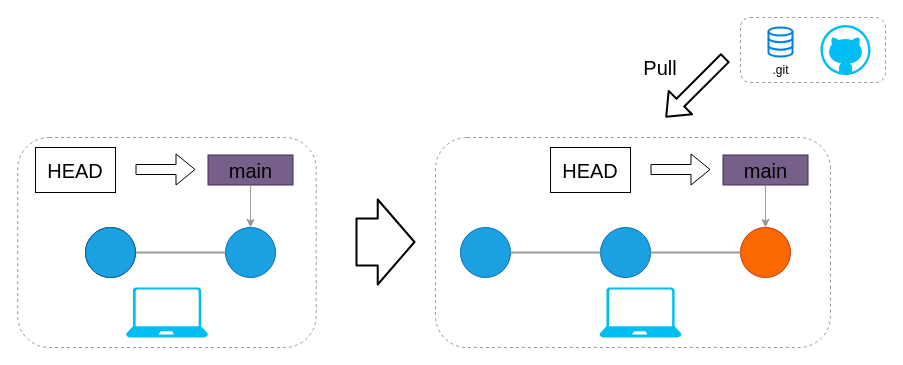
The draw.io diagram public/drawio/wf_pull.drawio in kazuyanagimoto/github-workshop2022, before the edit. Source tidied: cells renumbered, new cells numbered last; positions are measured from the earlier drawing's top-left corner, leaving out a move shared by most shapes. Both pictures are drawn from the tidied source at 100%, with x=0, y=0 at pixel (17, 17).
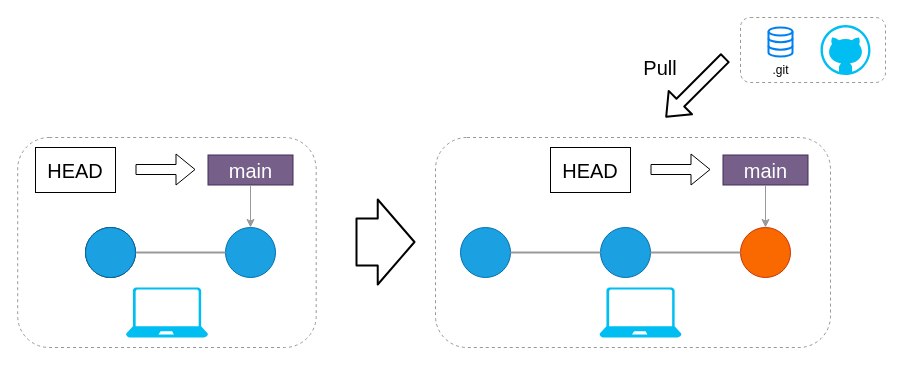
Above is the later version.

Change to the diagram source:
```diff
@@
-    <mxCell id="12" value="main" style="rounded=1;whiteSpace=wrap;html=1;fillColor=#76608a;strokeColor=#432D57;fontColor=#000000;fontSize=20;arcSize=0;" parent="1" vertex="1">
+    <mxCell id="12" value="main" style="rounded=1;whiteSpace=wrap;html=1;fillColor=#76608a;strokeColor=#432D57;fontColor=#ffffff;fontSize=20;arcSize=0;" parent="1" vertex="1">
       <mxGeometry x="190.5" y="137.5" width="85" height="30" as="geometry" />
     </mxCell>
@@
-    <mxCell id="18" value="main" style="rounded=1;whiteSpace=wrap;html=1;fillColor=#76608a;strokeColor=#432D57;fontColor=#000000;fontSize=20;arcSize=0;" parent="1" vertex="1">
+    <mxCell id="18" value="main" style="rounded=1;whiteSpace=wrap;html=1;fillColor=#76608a;strokeColor=#432D57;fontColor=#ffffff;fontSize=20;arcSize=0;" parent="1" vertex="1">
       <mxGeometry x="705.5" y="137.5" width="85" height="30" as="geometry" />
     </mxCell>
```
